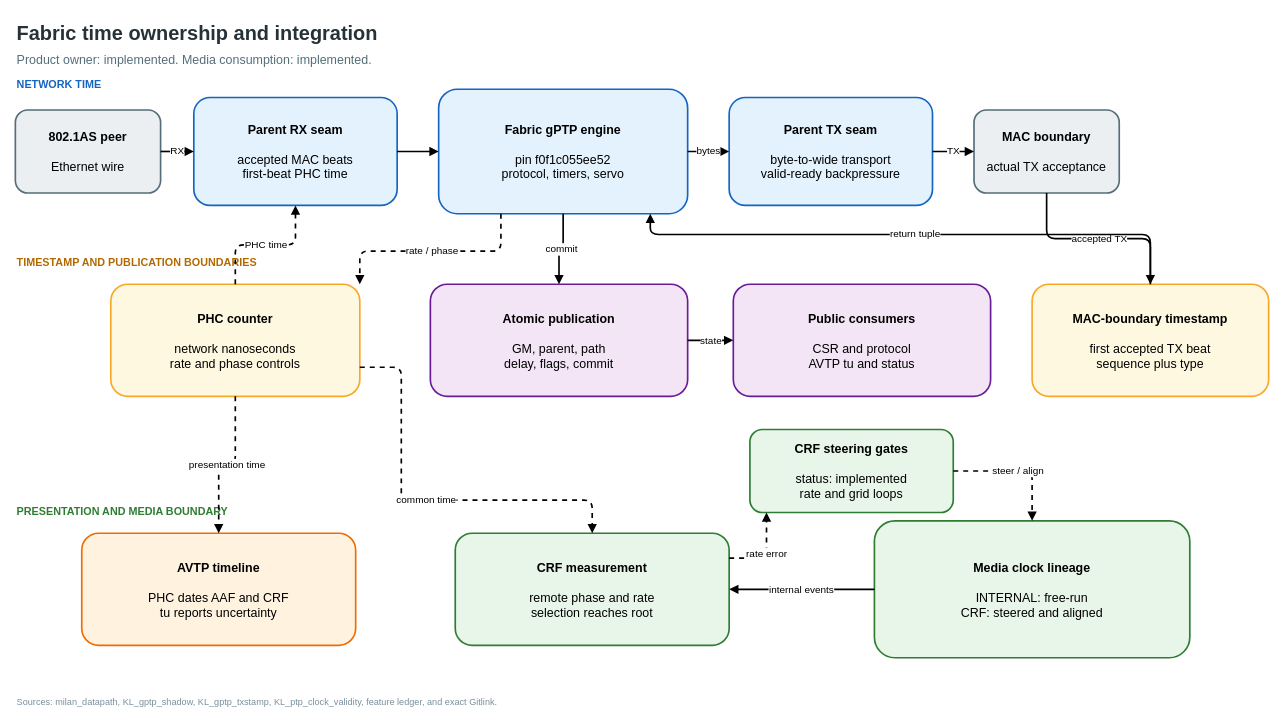
Above: docs/diagrams/timesync_chain.drawio in kebag-logic/milan-fpga (draw.io), before the change. Source tidied: cells renumbered, new cells numbered last; positions are measured from the earlier drawing's top-left corner, leaving out a move shared by most shapes. Both pictures are drawn from the tidied source at 83%, with x=0, y=0 at pixel (15, 14).
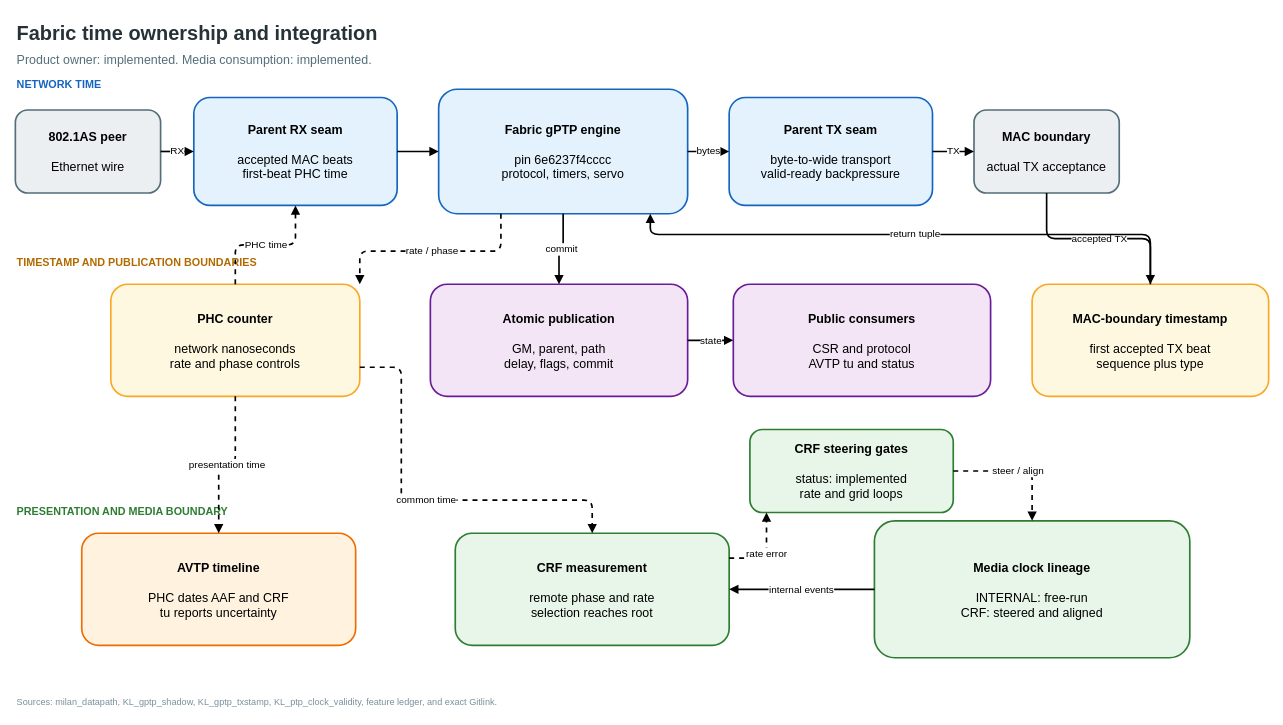
Above is the later version.

What changed in the source:
```diff
@@
-    <mxCell id="10" value="&lt;b&gt;Fabric gPTP engine&lt;/b&gt;&lt;br&gt;&lt;br&gt;pin f0f1c055ee52&lt;br&gt;protocol, timers, servo" style="rounded=1;whiteSpace=wrap;html=1;verticalAlign=middle;align=center;fontSize=15;strokeWidth=2;fillColor=#E3F2FD;strokeColor=#1565C0;" parent="1" vertex="1">
+    <mxCell id="10" value="&lt;b&gt;Fabric gPTP engine&lt;/b&gt;&lt;br&gt;&lt;br&gt;pin 6e6237f4cccc&lt;br&gt;protocol, timers, servo" style="rounded=1;whiteSpace=wrap;html=1;verticalAlign=middle;align=center;fontSize=15;strokeWidth=2;fillColor=#E3F2FD;strokeColor=#1565C0;" parent="1" vertex="1">
       <mxGeometry x="510" y="90" width="300" height="150" as="geometry" />
     </mxCell>
```
